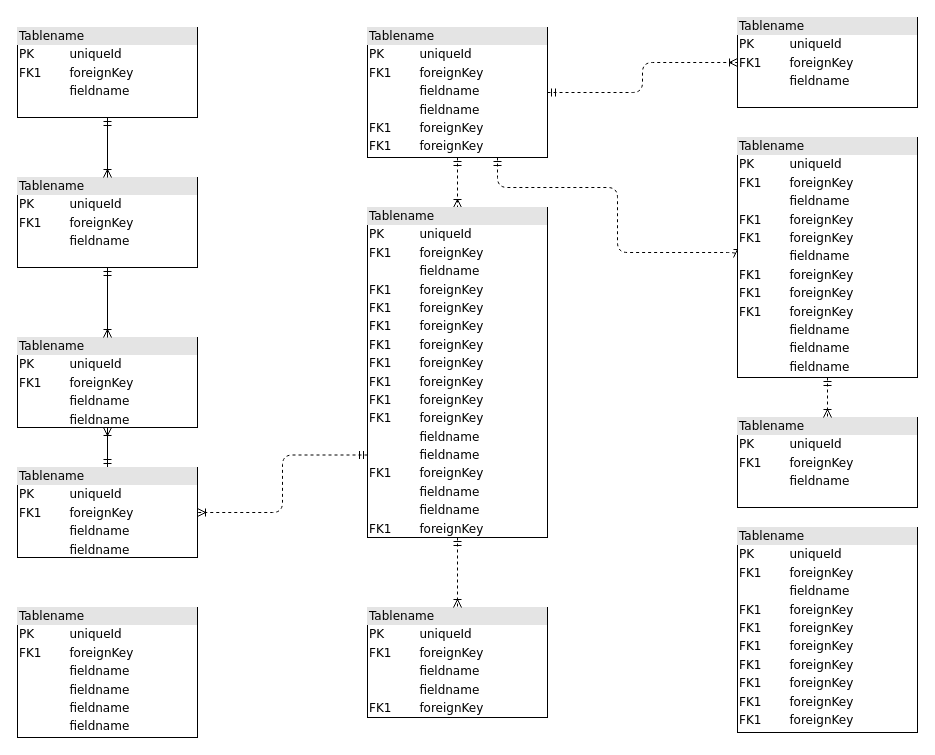
The draw.io diagram blog-coders-free.drawio in luis-indriago/db-blog-coder-free, before the edit. Source tidied: cells renumbered, new cells numbered last; positions are measured from the earlier drawing's top-left corner, leaving out a move shared by most shapes. Both pictures are drawn from the tidied source at 100%, with x=0, y=0 at pixel (17, 17).
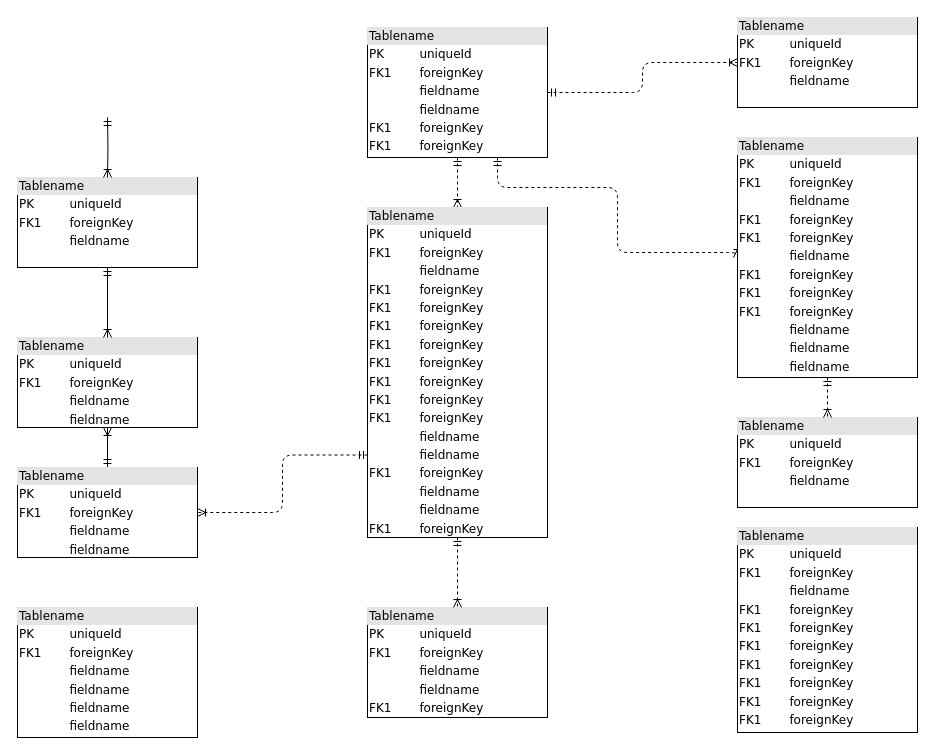
The same page after the edit.

Unchanged cells that the change refers to:
```xml
<mxCell id="12" value="&lt;div style=&quot;box-sizing:border-box;width:100%;background:#e4e4e4;padding:2px;&quot;&gt;Tablename&lt;/div&gt;&lt;table style=&quot;width:100%;font-size:1em;&quot; cellpadding=&quot;2&quot; cellspacing=&quot;0&quot;&gt;&lt;tr&gt;&lt;td&gt;PK&lt;/td&gt;&lt;td&gt;uniqueId&lt;/td&gt;&lt;/tr&gt;&lt;tr&gt;&lt;td&gt;FK1&lt;/td&gt;&lt;td&gt;foreignKey&lt;/td&gt;&lt;/tr&gt;&lt;tr&gt;&lt;td&gt;&lt;/td&gt;&lt;td&gt;fieldname&lt;/td&gt;&lt;/tr&gt;&lt;/table&gt;" style="verticalAlign=top;align=left;overflow=fill;html=1;rounded=0;shadow=0;comic=0;labelBackgroundColor=none;strokeWidth=1;fontFamily=Verdana;fontSize=12;" parent="1" vertex="1">
  <mxGeometry y="160" width="180" height="90" as="geometry" />
</mxCell>
```

What changed in the source:
```diff
@@
-    <mxCell id="2" value="&lt;div style=&quot;box-sizing:border-box;width:100%;background:#e4e4e4;padding:2px;&quot;&gt;Tablename&lt;/div&gt;&lt;table style=&quot;width:100%;font-size:1em;&quot; cellpadding=&quot;2&quot; cellspacing=&quot;0&quot;&gt;&lt;tr&gt;&lt;td&gt;PK&lt;/td&gt;&lt;td&gt;uniqueId&lt;/td&gt;&lt;/tr&gt;&lt;tr&gt;&lt;td&gt;FK1&lt;/td&gt;&lt;td&gt;foreignKey&lt;/td&gt;&lt;/tr&gt;&lt;tr&gt;&lt;td&gt;&lt;/td&gt;&lt;td&gt;fieldname&lt;/td&gt;&lt;/tr&gt;&lt;/table&gt;" style="verticalAlign=top;align=left;overflow=fill;html=1;rounded=0;shadow=0;comic=0;labelBackgroundColor=none;strokeWidth=1;fontFamily=Verdana;fontSize=12;" parent="1" vertex="1">
-      <mxGeometry y="10" width="180" height="90" as="geometry" />
-    </mxCell>
@@
-    <mxCell id="22" style="edgeStyle=orthogonalEdgeStyle;html=1;endArrow=ERoneToMany;startArrow=ERmandOne;labelBackgroundColor=none;fontFamily=Verdana;fontSize=12;align=left;exitX=0.5;exitY=1;entryX=0.5;entryY=0;" parent="1" edge="1" source="2" target="12">
-      <mxGeometry relative="1" as="geometry" />
+    <mxCell id="22" style="edgeStyle=orthogonalEdgeStyle;html=1;endArrow=ERoneToMany;startArrow=ERmandOne;labelBackgroundColor=none;fontFamily=Verdana;fontSize=12;align=left;exitX=0.5;exitY=1;entryX=0.5;entryY=0;" parent="1" edge="1" target="12">
+      <mxGeometry relative="1" as="geometry">
+        <mxPoint x="90" y="100" as="sourcePoint" />
+      </mxGeometry>
     </mxCell>
```
